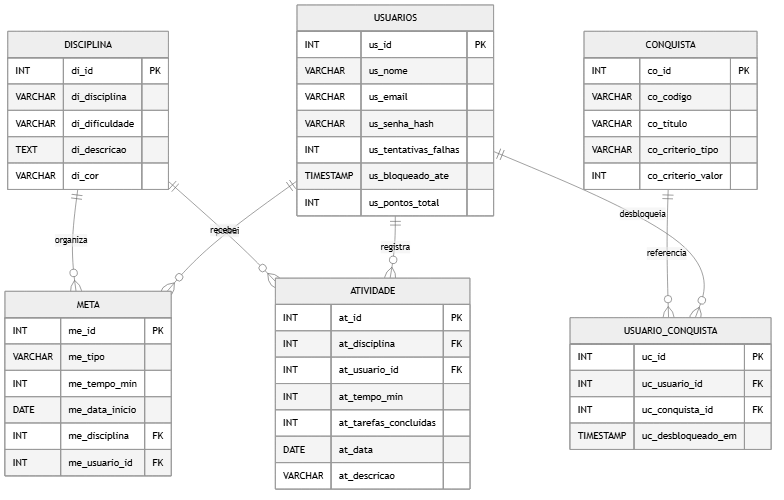
art4raujo0/xp-diario keeps this Mermaid diagram as docs/DER.png. Above is the earlier version. Its source is kept beside it as docs/mermaid/DER.mmd.
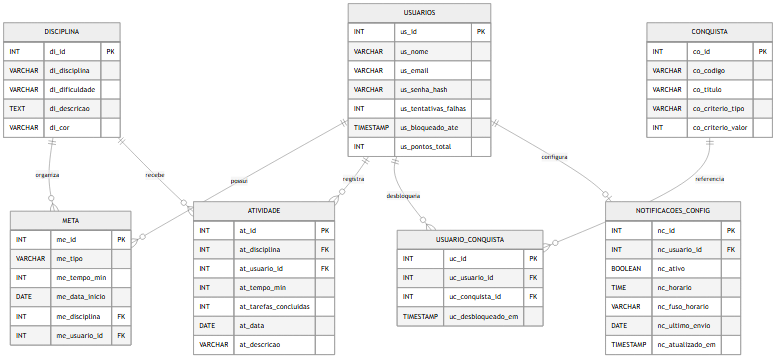
Above is the later version.

What changed in the source:
```diff
@@ -52,9 +52,20 @@
         TIMESTAMP uc_desbloqueado_em
     }
 
+    NOTIFICACOES_CONFIG {
+        INT nc_id PK
+        INT nc_usuario_id FK
+        BOOLEAN nc_ativo
+        TIME nc_horario
+        VARCHAR nc_fuso_horario
+        DATE nc_ultimo_envio
+        TIMESTAMP nc_atualizado_em
+    }
+
     USUARIOS ||--o{ META : possui
     USUARIOS ||--o{ ATIVIDADE : registra
     USUARIOS ||--o{ USUARIO_CONQUISTA : desbloqueia
+    USUARIOS ||--o| NOTIFICACOES_CONFIG : configura
     CONQUISTA ||--o{ USUARIO_CONQUISTA : referencia
     DISCIPLINA ||--o{ META : organiza
     DISCIPLINA ||--o{ ATIVIDADE : recebe
```
